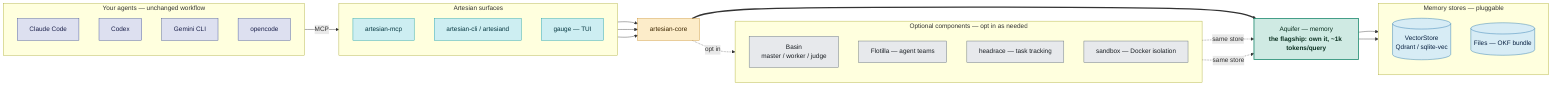
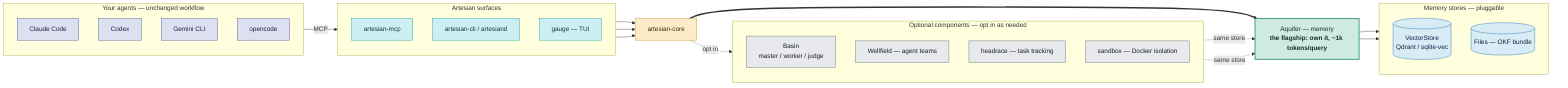
flowchart LR
  subgraph agents["Your agents — unchanged workflow"]
    direction TB
    CC[Claude Code]:::agent
    CX[Codex]:::agent
    GM[Gemini CLI]:::agent
    OC[opencode]:::agent
  end

  subgraph surfaces["Artesian surfaces"]
    direction TB
    MCP[artesian-mcp]:::surface
    CLI["artesian-cli / artesiand"]:::surface
    TUI["gauge — TUI"]:::surface
  end

  CORE[artesian-core]:::core

  MEM["Aquifer — memory<br/><b>the flagship: own it, ~1k tokens/query</b>"]:::flagship

  subgraph stores["Memory stores — pluggable"]
    direction TB
    VS[("VectorStore<br/>Qdrant / sqlite-vec")]:::store
    FB[("Files — OKF bundle")]:::store
  end

  subgraph opt["Optional components — opt in as needed"]
    direction TB
    ORCH["Basin<br/>master / worker / judge"]:::cap
-     TEAMS["Flotilla — agent teams"]:::cap
+     TEAMS["Wellfield — agent teams"]:::cap
    TASKS["headrace — task tracking"]:::cap
    SBX["sandbox — Docker isolation"]:::cap
  end

  agents -->|MCP| MCP
  MCP --> CORE
  CLI --> CORE
  TUI --> CORE
  CORE ==> MEM
  MEM --> VS
  MEM --> FB
  CORE -.->|opt in| opt
  ORCH -.->|same store| MEM
  TEAMS -.->|same store| MEM

  classDef agent    fill:#dde0f0,stroke:#3b4a96,color:#1a1f4a;
  classDef surface  fill:#cdeef2,stroke:#0f9aa8,color:#073740;
  classDef core     fill:#fcecc9,stroke:#c98a1e,color:#3d2700;
  classDef flagship fill:#cfeae3,stroke:#1f8a70,color:#0b3020,stroke-width:2px;
  classDef cap      fill:#e7e9ec,stroke:#5b6770,color:#1a1f24;
  classDef store    fill:#d7ecf5,stroke:#1b6ca8,color:#082040;
